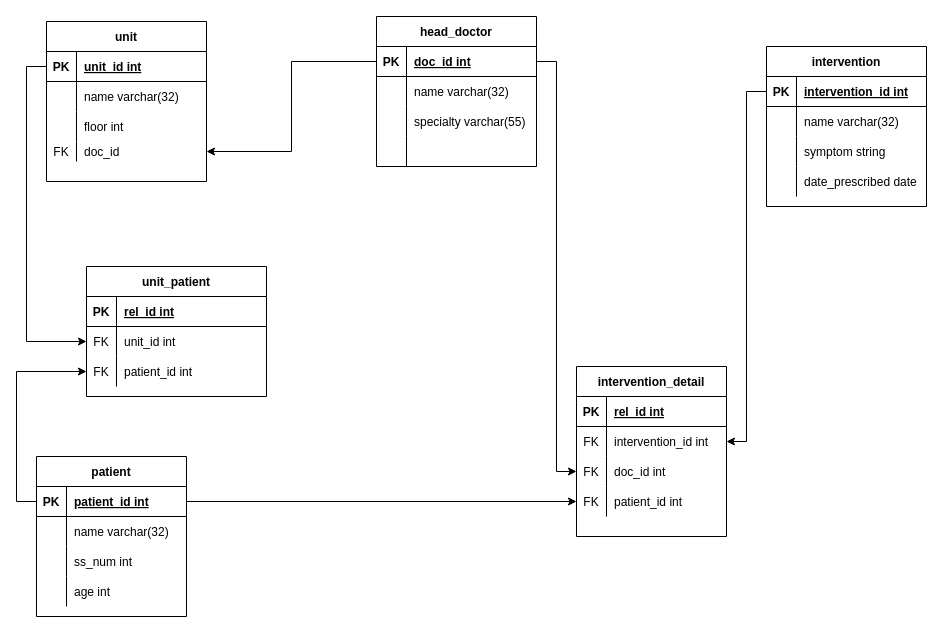
Earlier version of the draw.io diagram Andrew/Database_Development/Health_Centre/hc-classN.drawio (codefactorygit/BE-21-DB-MySQL-Day1-Andrew-Elnaz). Source tidied: cells renumbered, new cells numbered last; positions are measured from the earlier drawing's top-left corner, leaving out a move shared by most shapes. Both pictures are drawn from the tidied source at 100%, with x=0, y=0 at pixel (36, 16).
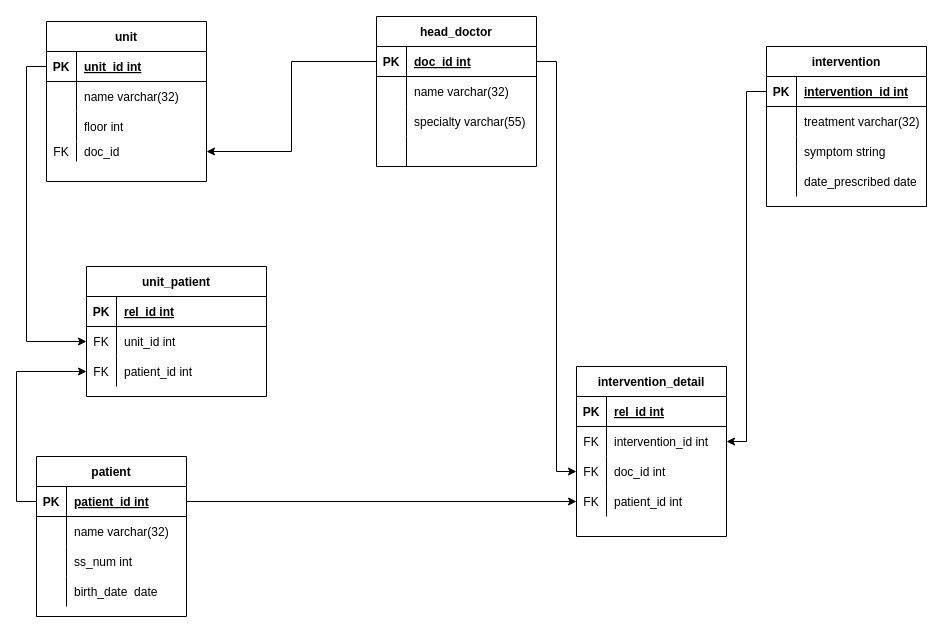
The same diagram, later.

The change refers to these unchanged cells:
```xml
<mxCell id="38" style="shape=partialRectangle;fillColor=none;top=0;left=0;bottom=0;right=0;" parent="28" vertex="1">
  <mxGeometry y="120" width="150" height="30" as="geometry" />
</mxCell>
<mxCell id="45" style="shape=partialRectangle;fillColor=none;top=0;left=0;bottom=0;right=0;" parent="41" vertex="1">
  <mxGeometry y="60" width="160" height="30" as="geometry" />
</mxCell>
```

Diff of the diagram source:
```diff
@@
-    <mxCell id="40" value="age int" style="shape=partialRectangle;fillColor=none;top=0;left=0;bottom=0;right=0;align=left;spacingLeft=6;overflow=hidden;" parent="38" vertex="1">
+    <mxCell id="40" value="birth_date  date" style="shape=partialRectangle;fillColor=none;top=0;left=0;bottom=0;right=0;align=left;spacingLeft=6;overflow=hidden;" parent="38" vertex="1">
       <mxGeometry x="30" width="120" height="30" as="geometry" />
     </mxCell>
@@
-    <mxCell id="47" value="name varchar(32)" style="shape=partialRectangle;fillColor=none;top=0;left=0;bottom=0;right=0;align=left;spacingLeft=6;overflow=hidden;" parent="45" vertex="1">
+    <mxCell id="47" value="treatment varchar(32)" style="shape=partialRectangle;fillColor=none;top=0;left=0;bottom=0;right=0;align=left;spacingLeft=6;overflow=hidden;" parent="45" vertex="1">
       <mxGeometry x="30" width="130" height="30" as="geometry" />
     </mxCell>
```
